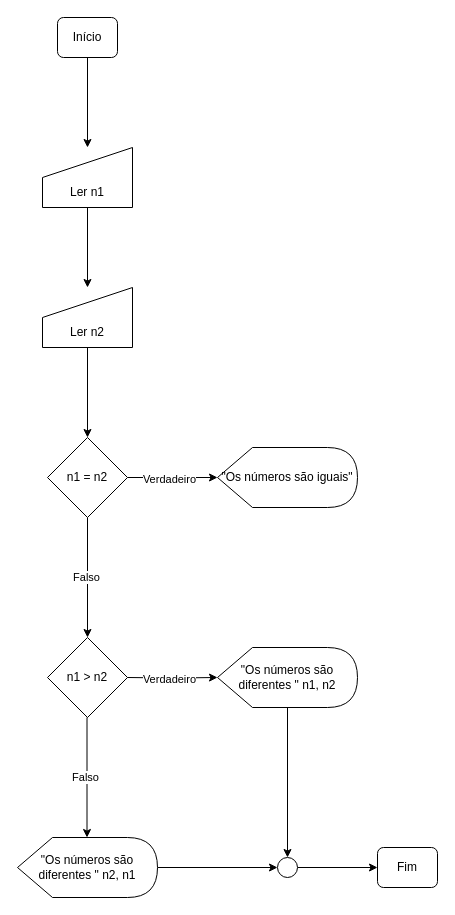
Above: atv_1_pt_2_ex_4.drawio in GustavoShudi/draw_io_algoritmo (draw.io), before the change. Source tidied: cells renumbered, new cells numbered last; positions are measured from the earlier drawing's top-left corner, leaving out a move shared by most shapes. Both pictures are drawn from the tidied source at 100%, with x=0, y=0 at pixel (17, 17).
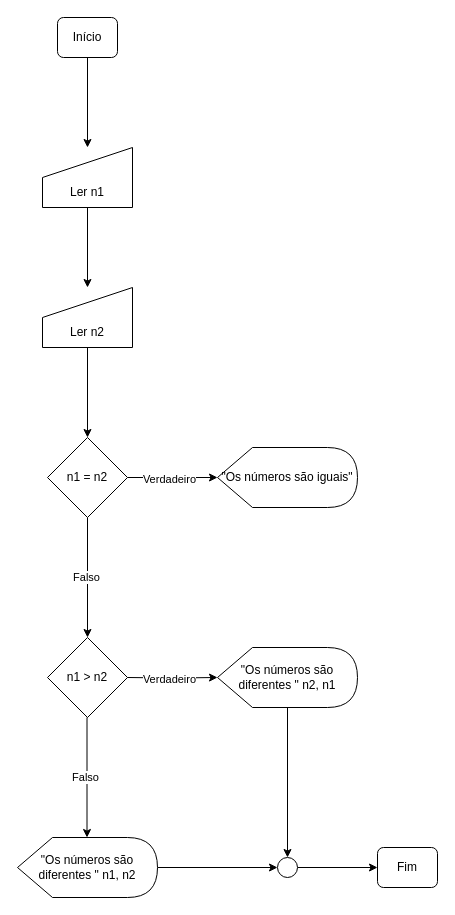
The same page after the edit.

What changed in the source:
```diff
@@
-    <mxCell id="19" value="&quot;Os números são diferentes &quot; n1, n2" style="shape=display;whiteSpace=wrap;html=1;" parent="1" vertex="1">
+    <mxCell id="19" value="&quot;Os números são diferentes &quot; n2, n1" style="shape=display;whiteSpace=wrap;html=1;" parent="1" vertex="1">
       <mxGeometry x="200" y="630" width="140" height="60" as="geometry" />
     </mxCell>
@@
-    <mxCell id="23" value="&quot;Os números são diferentes &quot; n2, n1" style="shape=display;whiteSpace=wrap;html=1;" parent="1" vertex="1">
+    <mxCell id="23" value="&quot;Os números são diferentes &quot; n1, n2" style="shape=display;whiteSpace=wrap;html=1;" parent="1" vertex="1">
       <mxGeometry y="820" width="140" height="60" as="geometry" />
     </mxCell>
```
